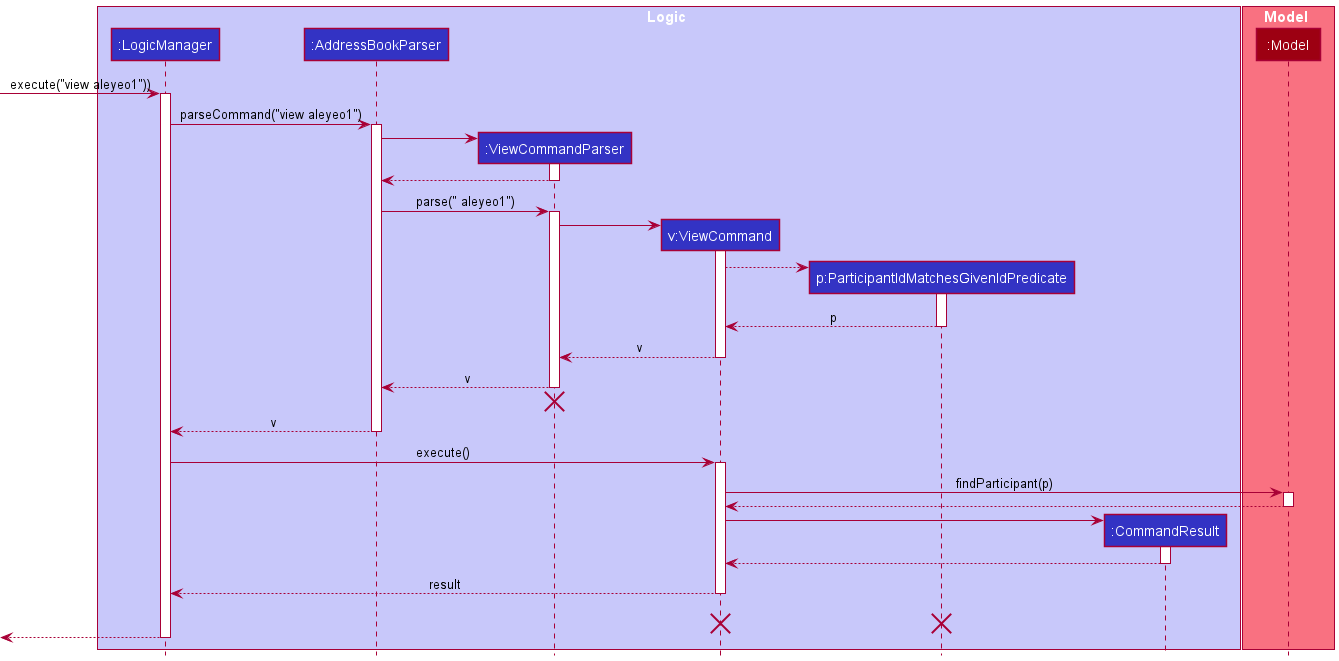
Above: docs/images/ViewSequenceDiagram.png in nus-cs2103-AY2122S1/tp (PlantUML), before the change. The source it was exported from:
```plantuml
@startuml
!include style.puml

box Logic LOGIC_COLOR_T1
participant ":LogicManager" as LogicManager LOGIC_COLOR
participant ":AddressBookParser" as AddressBookParser LOGIC_COLOR
participant ":ViewCommandParser" as ViewCommandParser LOGIC_COLOR
participant "v:ViewCommand" as ViewCommand LOGIC_COLOR
participant "p:ParticipantIdMatchesGivenIdPredicate" as ParticipantIdMatchesGivenIdPredicate LOGIC_COLOR
participant ":CommandResult" as CommandResult LOGIC_COLOR
end box

box Model MODEL_COLOR_T1
participant ":Model" as Model MODEL_COLOR
end box

[-> LogicManager : execute("view aleyeo1"))
activate LogicManager

LogicManager -> AddressBookParser : parseCommand("view aleyeo1")
activate AddressBookParser

create ViewCommandParser
AddressBookParser -> ViewCommandParser

activate ViewCommandParser
ViewCommandParser --> AddressBookParser
deactivate ViewCommandParser

AddressBookParser -> ViewCommandParser : parse(" aleyeo1")
activate ViewCommandParser

create ViewCommand
ViewCommandParser -> ViewCommand
activate ViewCommand

create ParticipantIdMatchesGivenIdPredicate
ViewCommand --> ParticipantIdMatchesGivenIdPredicate
activate ParticipantIdMatchesGivenIdPredicate

ParticipantIdMatchesGivenIdPredicate --> ViewCommand : p
deactivate ParticipantIdMatchesGivenIdPredicate

ViewCommand --> ViewCommandParser : v
deactivate ViewCommand

ViewCommandParser --> AddressBookParser : v
deactivate ViewCommandParser

ViewCommandParser -[hidden]-> AddressBookParser
destroy ViewCommandParser

AddressBookParser --> LogicManager : v
deactivate AddressBookParser

LogicManager -> ViewCommand : execute()
activate ViewCommand

ViewCommand -> Model : findParticipant(p)
activate Model

Model --> ViewCommand
deactivate Model

create CommandResult
ViewCommand -> CommandResult

activate CommandResult
CommandResult --> ViewCommand

deactivate CommandResult

ViewCommand --> LogicManager : result
deactivate
ViewCommand -[hidden]-> LogicManager : result
destroy ViewCommand
destroy ParticipantIdMatchesGivenIdPredicate

[<--LogicManager
deactivate LogicManager
@enduml
```
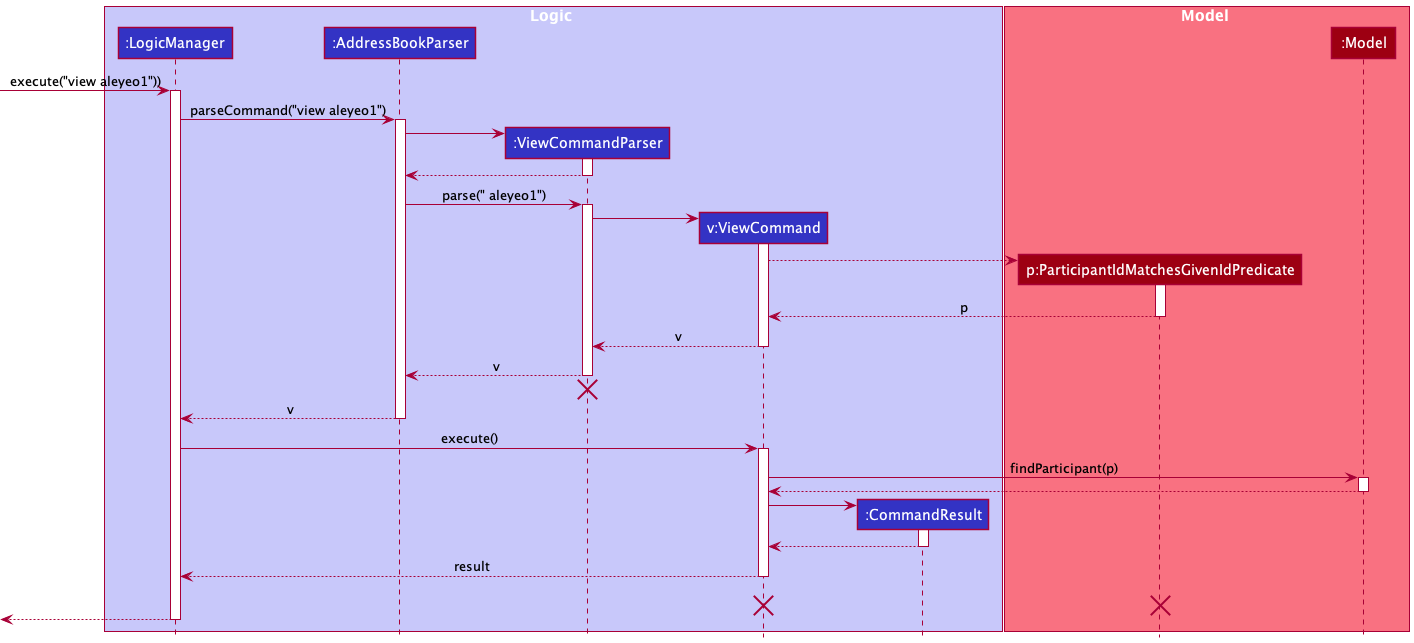
After the commit.

Commit message:
Update sequence diagrams

Diff of the diagram source:
```diff
@@ -6,11 +6,12 @@
 participant ":AddressBookParser" as AddressBookParser LOGIC_COLOR
 participant ":ViewCommandParser" as ViewCommandParser LOGIC_COLOR
 participant "v:ViewCommand" as ViewCommand LOGIC_COLOR
-participant "p:ParticipantIdMatchesGivenIdPredicate" as ParticipantIdMatchesGivenIdPredicate LOGIC_COLOR
+
 participant ":CommandResult" as CommandResult LOGIC_COLOR
 end box
 
 box Model MODEL_COLOR_T1
+participant "p:ParticipantIdMatchesGivenIdPredicate" as ParticipantIdMatchesGivenIdPredicate MODEL_COLOR
 participant ":Model" as Model MODEL_COLOR
 end box
 
```
